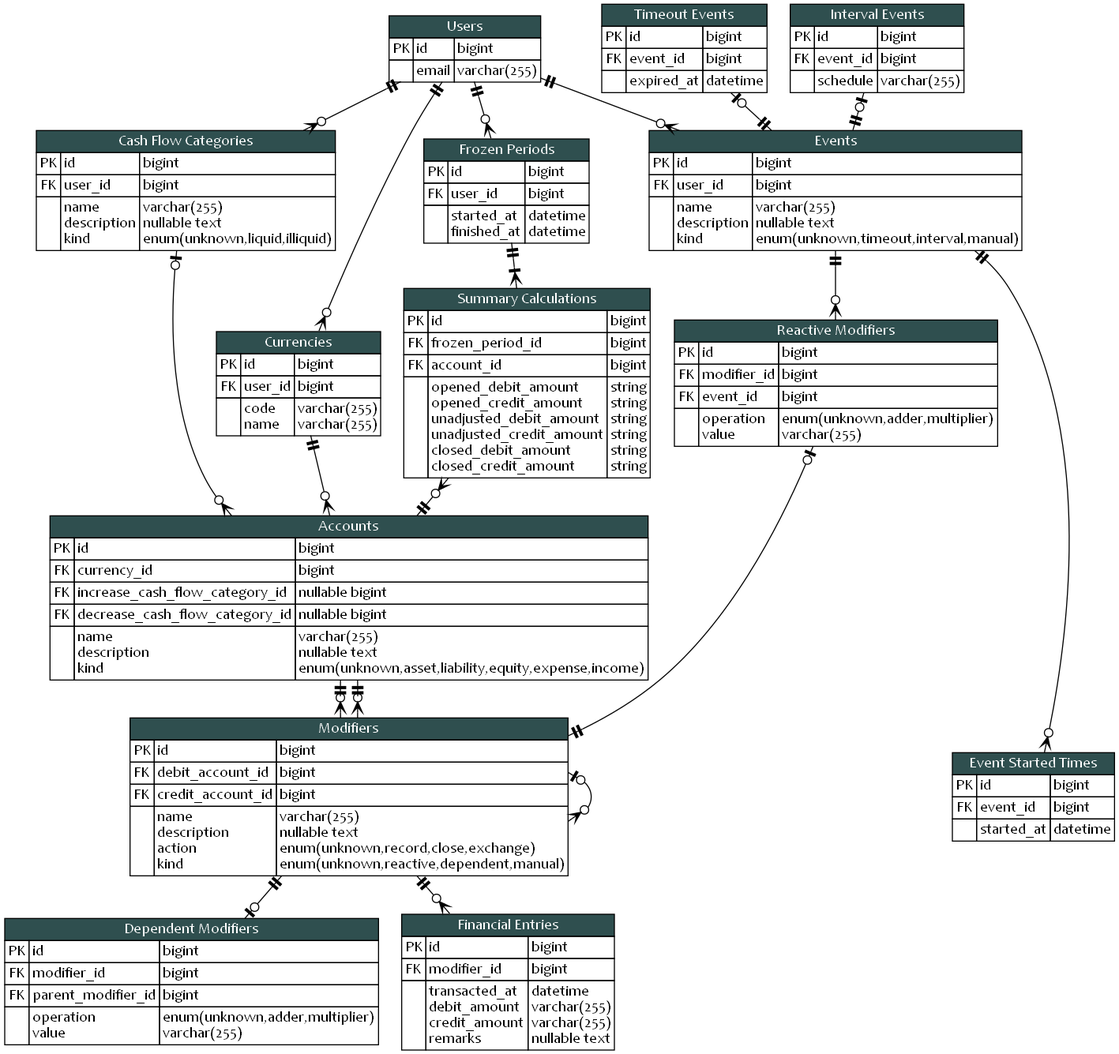
Earlier version of the Graphviz export blueprint/erd.png (KennethTrecy/peratorakka_server). Its source is kept beside it as blueprint/erd.dot.
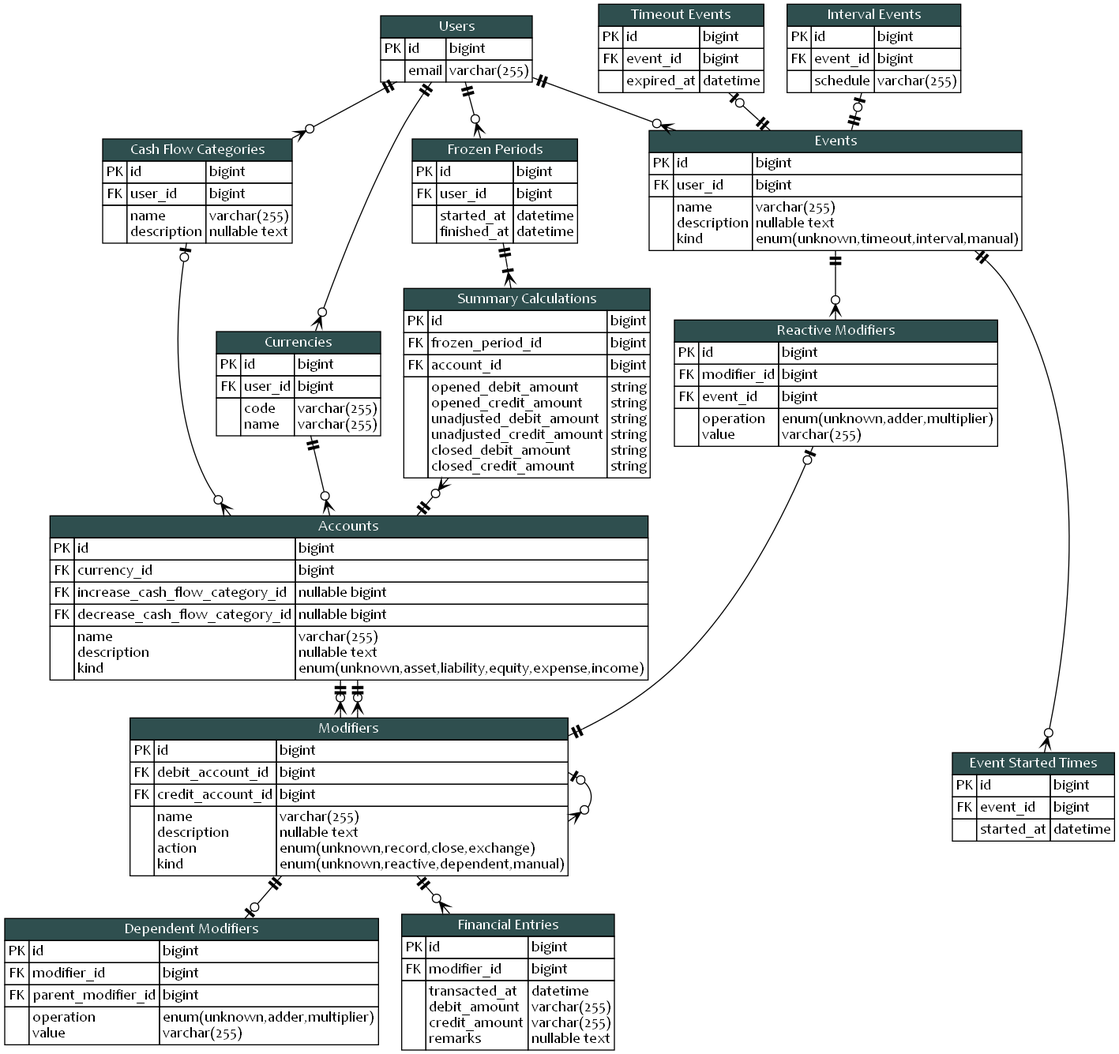
Above is the later version.

Commit message:
docs(blueprint): remove kinds of cash flow category

If the account is not associated to any cash flow category, it is either a cash or cash equivalent.

Diff of the diagram source:
```diff
@@ -92,12 +92,10 @@
 					<td align="left">
 						name<br align="left"/>
 						description<br align="left"/>
-						kind<br align="left"/>
 					</td>
 					<td align="left">
 						varchar(255)<br align="left"/>
 						nullable text<br align="left"/>
-						enum(unknown,liquid,illiquid)<br align="left"/>
 					</td>
 				</tr>
 			</table>
```
